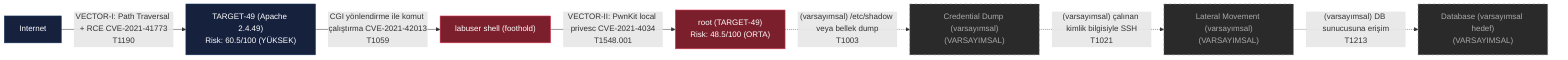
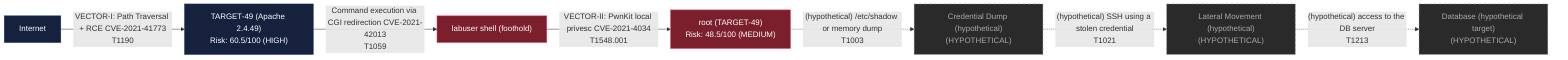
graph LR
    internet["Internet"]
-     target49["TARGET-49 (Apache 2.4.49)<br/>Risk: 60.5/100 (YÜKSEK)"]
+     target49["TARGET-49 (Apache 2.4.49)<br/>Risk: 60.5/100 (HIGH)"]
    shell["labuser shell (foothold)"]
-     root["root (TARGET-49)<br/>Risk: 48.5/100 (ORTA)"]
-     creddump["Credential Dump (varsayımsal)<br/>(VARSAYIMSAL)"]
-     lateral["Lateral Movement (varsayımsal)<br/>(VARSAYIMSAL)"]
-     database["Database (varsayımsal hedef)<br/>(VARSAYIMSAL)"]
+     root["root (TARGET-49)<br/>Risk: 48.5/100 (MEDIUM)"]
+     creddump["Credential Dump (hypothetical)<br/>(HYPOTHETICAL)"]
+     lateral["Lateral Movement (hypothetical)<br/>(HYPOTHETICAL)"]
+     database["Database (hypothetical target)<br/>(HYPOTHETICAL)"]
    internet -->|"VECTOR-I: Path Traversal + RCE CVE-2021-41773<br/>T1190"| target49
-     target49 -->|"CGI yönlendirme ile komut çalıştırma CVE-2021-42013<br/>T1059"| shell
+     target49 -->|"Command execution via CGI redirection CVE-2021-42013<br/>T1059"| shell
    shell -->|"VECTOR-II: PwnKit local privesc CVE-2021-4034<br/>T1548.001"| root
-     root -.->|"(varsayımsal) /etc/shadow veya bellek dump<br/>T1003"| creddump
-     creddump -.->|"(varsayımsal) çalınan kimlik bilgisiyle SSH<br/>T1021"| lateral
-     lateral -.->|"(varsayımsal) DB sunucusuna erişim<br/>T1213"| database
+     root -.->|"(hypothetical) /etc/shadow or memory dump<br/>T1003"| creddump
+     creddump -.->|"(hypothetical) SSH using a stolen credential<br/>T1021"| lateral
+     lateral -.->|"(hypothetical) access to the DB server<br/>T1213"| database
    style internet fill:#16213e,stroke:#0f3460,color:#fff
    style target49 fill:#16213e,stroke:#0f3460,color:#fff
    style shell fill:#7a1f2b,stroke:#e94560,color:#fff
    style root fill:#7a1f2b,stroke:#e94560,color:#fff
    style creddump fill:#2a2a2a,stroke:#888,color:#aaa,stroke-dasharray: 5 5
    style lateral fill:#2a2a2a,stroke:#888,color:#aaa,stroke-dasharray: 5 5
    style database fill:#2a2a2a,stroke:#888,color:#aaa,stroke-dasharray: 5 5